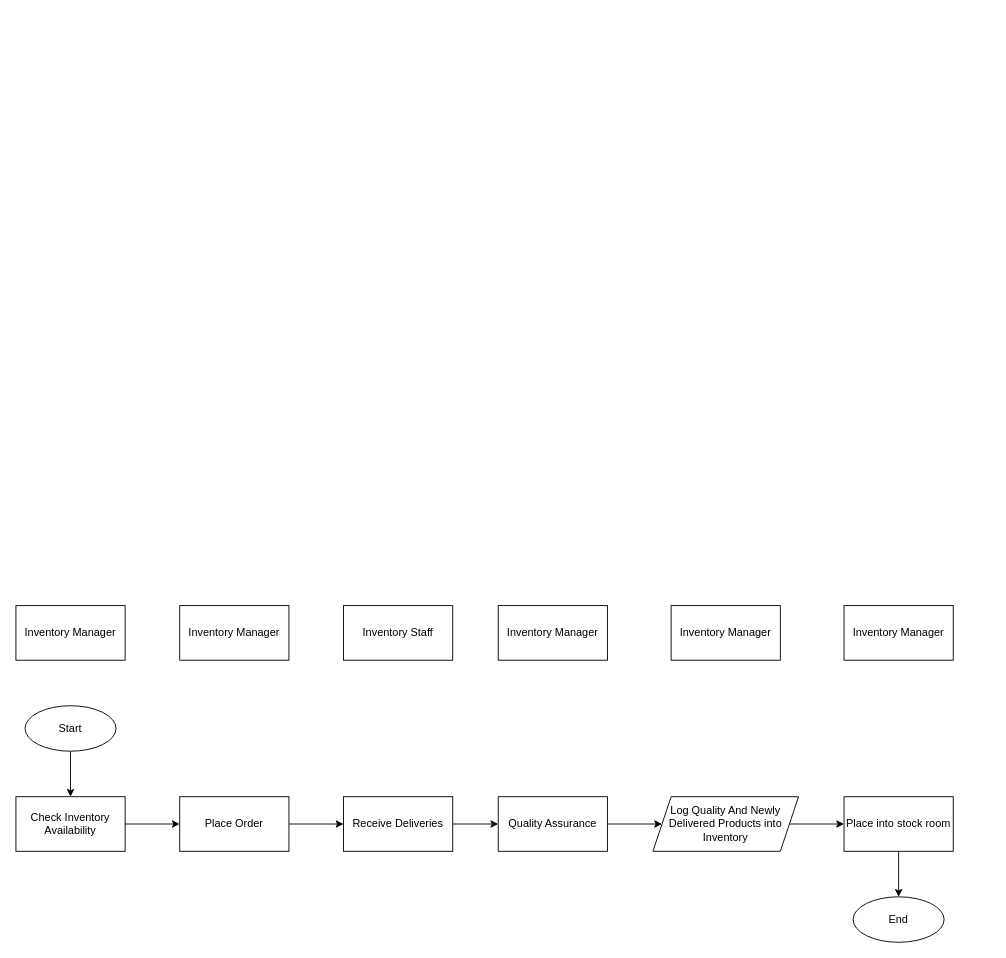
Before: page "(Process) Proposed Ordering and Receiving" (4 of 6) of docs/SugarCreationsFC.drawio in AllegoYuanPaolo/SC-Inventory-Project, a draw.io diagram. Source tidied: cells renumbered, new cells numbered last; positions are measured from the earlier drawing's top-left corner, leaving out a move shared by most shapes. Both pictures are drawn from the tidied source at 91%, with x=0, y=0 at pixel (15, 605).
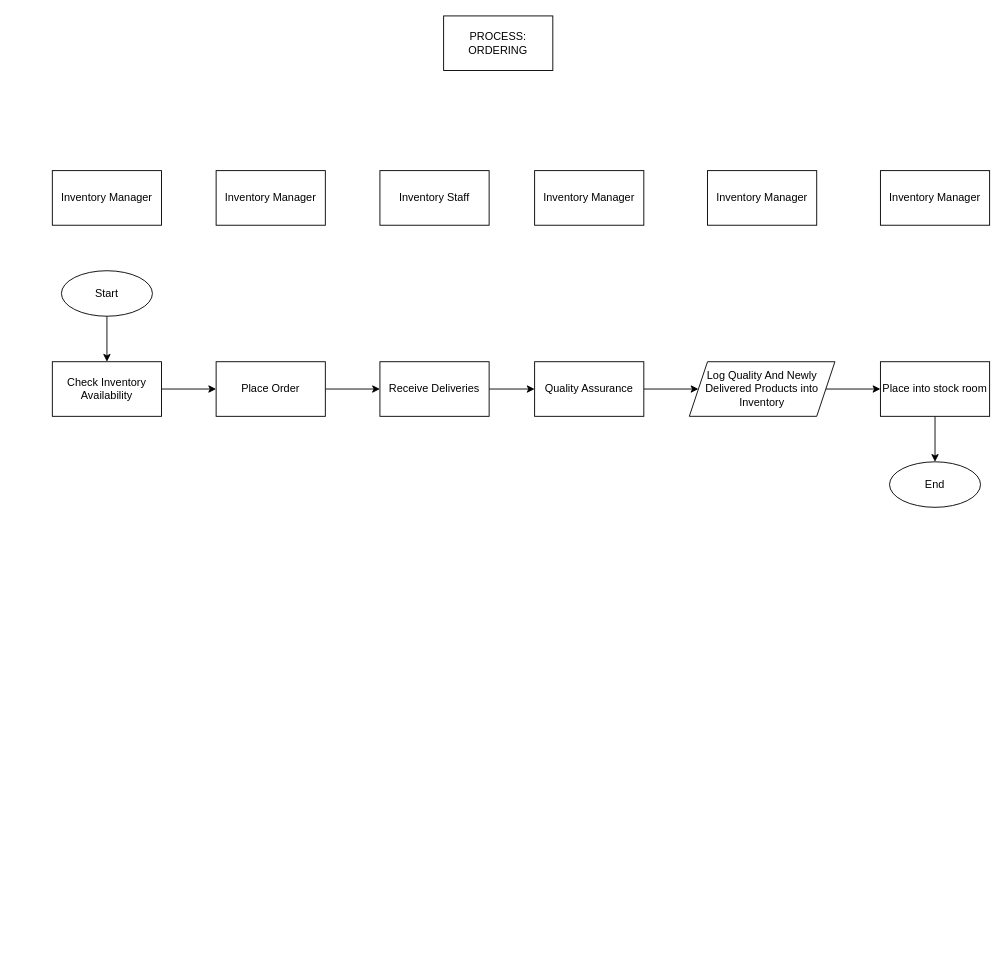
Above is the later version.

The edit, as a diff of the source:
```diff
@@
-    <mxCell id="2" style="group;" parent="1" vertex="1">
-      <mxGeometry width="1030" height="370" as="geometry" />
-    </mxCell>
-    <mxCell id="3" style="edgeStyle=orthogonalEdgeStyle;rounded=0;jettySize=auto;html=1;exitX=1;exitY=0.5;exitDx=0;exitDy=0;entryX=0;entryY=0.5;entryDx=0;entryDy=0;" parent="2" edge="1" source="4" target="6">
+    <mxCell id="3" style="edgeStyle=orthogonalEdgeStyle;rounded=0;jettySize=auto;html=1;exitX=1;exitY=0.5;exitDx=0;exitDy=0;entryX=0;entryY=0.5;entryDx=0;entryDy=0;" parent="1" edge="1" source="4" target="6">
       <mxGeometry relative="1" as="geometry" />
     </mxCell>
-    <mxCell id="4" value="Check Inventory Availability" style="rounded=0;whiteSpace=wrap;html=1;" parent="2" vertex="1">
-      <mxGeometry y="210" width="120" height="60" as="geometry" />
+    <mxCell id="4" value="Check Inventory Availability" style="rounded=0;whiteSpace=wrap;html=1;" parent="1" vertex="1">
+      <mxGeometry x="40" y="-268" width="120" height="60" as="geometry" />
     </mxCell>
-    <mxCell id="5" style="edgeStyle=orthogonalEdgeStyle;rounded=0;jettySize=auto;html=1;exitX=1;exitY=0.5;exitDx=0;exitDy=0;entryX=0;entryY=0.5;entryDx=0;entryDy=0;" parent="2" edge="1" source="6" target="8">
+    <mxCell id="5" style="edgeStyle=orthogonalEdgeStyle;rounded=0;jettySize=auto;html=1;exitX=1;exitY=0.5;exitDx=0;exitDy=0;entryX=0;entryY=0.5;entryDx=0;entryDy=0;" parent="1" edge="1" source="6" target="8">
       <mxGeometry relative="1" as="geometry" />
     </mxCell>
-    <mxCell id="6" value="Place Order" style="rounded=0;whiteSpace=wrap;html=1;" parent="2" vertex="1">
-      <mxGeometry x="180" y="210" width="120" height="60" as="geometry" />
+    <mxCell id="6" value="Place Order" style="rounded=0;whiteSpace=wrap;html=1;" parent="1" vertex="1">
+      <mxGeometry x="220" y="-268" width="120" height="60" as="geometry" />
     </mxCell>
-    <mxCell id="7" style="edgeStyle=orthogonalEdgeStyle;rounded=0;jettySize=auto;html=1;exitX=1;exitY=0.5;exitDx=0;exitDy=0;entryX=0;entryY=0.5;entryDx=0;entryDy=0;" parent="2" edge="1" source="8" target="10">
+    <mxCell id="7" style="edgeStyle=orthogonalEdgeStyle;rounded=0;jettySize=auto;html=1;exitX=1;exitY=0.5;exitDx=0;exitDy=0;entryX=0;entryY=0.5;entryDx=0;entryDy=0;" parent="1" edge="1" source="8" target="10">
       <mxGeometry relative="1" as="geometry" />
     </mxCell>
-    <mxCell id="8" value="Receive Deliveries" style="rounded=0;whiteSpace=wrap;html=1;" parent="2" vertex="1">
-      <mxGeometry x="360" y="210" width="120" height="60" as="geometry" />
+    <mxCell id="8" value="Receive Deliveries" style="rounded=0;whiteSpace=wrap;html=1;" parent="1" vertex="1">
+      <mxGeometry x="400" y="-268" width="120" height="60" as="geometry" />
     </mxCell>
-    <mxCell id="9" style="edgeStyle=orthogonalEdgeStyle;rounded=0;jettySize=auto;html=1;exitX=1;exitY=0.5;exitDx=0;exitDy=0;entryX=0;entryY=0.5;entryDx=0;entryDy=0;" parent="2" edge="1" source="10" target="12">
+    <mxCell id="9" style="edgeStyle=orthogonalEdgeStyle;rounded=0;jettySize=auto;html=1;exitX=1;exitY=0.5;exitDx=0;exitDy=0;entryX=0;entryY=0.5;entryDx=0;entryDy=0;" parent="1" edge="1" source="10" target="12">
       <mxGeometry relative="1" as="geometry" />
     </mxCell>
-    <mxCell id="10" value="Quality Assurance" style="rounded=0;whiteSpace=wrap;html=1;" parent="2" vertex="1">
-      <mxGeometry x="530" y="210" width="120" height="60" as="geometry" />
+    <mxCell id="10" value="Quality Assurance" style="rounded=0;whiteSpace=wrap;html=1;" parent="1" vertex="1">
+      <mxGeometry x="570" y="-268" width="120" height="60" as="geometry" />
     </mxCell>
-    <mxCell id="11" style="edgeStyle=orthogonalEdgeStyle;rounded=0;jettySize=auto;html=1;exitX=1;exitY=0.5;exitDx=0;exitDy=0;" parent="2" edge="1" source="12" target="14">
+    <mxCell id="11" style="edgeStyle=orthogonalEdgeStyle;rounded=0;jettySize=auto;html=1;exitX=1;exitY=0.5;exitDx=0;exitDy=0;" parent="1" edge="1" source="12" target="14">
       <mxGeometry relative="1" as="geometry" />
     </mxCell>
-    <mxCell id="12" value="Log Quality And Newly Delivered Products into Inventory" style="shape=parallelogram;perimeter=parallelogramPerimeter;whiteSpace=wrap;html=1;fixedSize=1;" parent="2" vertex="1">
-      <mxGeometry x="700" y="210" width="160" height="60" as="geometry" />
+    <mxCell id="12" value="Log Quality And Newly Delivered Products into Inventory" style="shape=parallelogram;perimeter=parallelogramPerimeter;whiteSpace=wrap;html=1;fixedSize=1;" parent="1" vertex="1">
+      <mxGeometry x="740" y="-268" width="160" height="60" as="geometry" />
     </mxCell>
-    <mxCell id="13" style="edgeStyle=orthogonalEdgeStyle;rounded=0;jettySize=auto;html=1;" parent="2" edge="1" source="14" target="15">
+    <mxCell id="13" style="edgeStyle=orthogonalEdgeStyle;rounded=0;jettySize=auto;html=1;" parent="1" edge="1" source="14" target="15">
       <mxGeometry relative="1" as="geometry" />
     </mxCell>
-    <mxCell id="14" value="Place into stock room" style="rounded=0;whiteSpace=wrap;html=1;" parent="2" vertex="1">
-      <mxGeometry x="910" y="210" width="120" height="60" as="geometry" />
+    <mxCell id="14" value="Place into stock room" style="rounded=0;whiteSpace=wrap;html=1;" parent="1" vertex="1">
+      <mxGeometry x="950" y="-268" width="120" height="60" as="geometry" />
     </mxCell>
-    <mxCell id="15" value="End" style="ellipse;whiteSpace=wrap;html=1;" parent="2" vertex="1">
-      <mxGeometry x="920" y="320" width="100" height="50" as="geometry" />
+    <mxCell id="15" value="End" style="ellipse;whiteSpace=wrap;html=1;" parent="1" vertex="1">
+      <mxGeometry x="960" y="-158" width="100" height="50" as="geometry" />
     </mxCell>
-    <mxCell id="16" style="edgeStyle=orthogonalEdgeStyle;rounded=0;jettySize=auto;html=1;" parent="2" edge="1" source="17" target="4">
+    <mxCell id="16" style="edgeStyle=orthogonalEdgeStyle;rounded=0;jettySize=auto;html=1;" parent="1" edge="1" source="17" target="4">
       <mxGeometry relative="1" as="geometry" />
     </mxCell>
-    <mxCell id="17" value="Start" style="ellipse;whiteSpace=wrap;html=1;" parent="2" vertex="1">
-      <mxGeometry x="10" y="110" width="100" height="50" as="geometry" />
+    <mxCell id="17" value="Start" style="ellipse;whiteSpace=wrap;html=1;" parent="1" vertex="1">
+      <mxGeometry x="50" y="-368" width="100" height="50" as="geometry" />
     </mxCell>
-    <mxCell id="18" value="Inventory Manager" style="rounded=0;whiteSpace=wrap;html=1;" parent="2" vertex="1">
-      <mxGeometry width="120" height="60" as="geometry" />
+    <mxCell id="18" value="Inventory Manager" style="rounded=0;whiteSpace=wrap;html=1;" parent="1" vertex="1">
+      <mxGeometry x="40" y="-478" width="120" height="60" as="geometry" />
     </mxCell>
-    <mxCell id="19" value="Inventory Manager" style="rounded=0;whiteSpace=wrap;html=1;" parent="2" vertex="1">
-      <mxGeometry x="180" width="120" height="60" as="geometry" />
+    <mxCell id="19" value="Inventory Manager" style="rounded=0;whiteSpace=wrap;html=1;" parent="1" vertex="1">
+      <mxGeometry x="220" y="-478" width="120" height="60" as="geometry" />
     </mxCell>
-    <mxCell id="20" value="Inventory Staff" style="rounded=0;whiteSpace=wrap;html=1;" parent="2" vertex="1">
-      <mxGeometry x="360" width="120" height="60" as="geometry" />
+    <mxCell id="20" value="Inventory Staff" style="rounded=0;whiteSpace=wrap;html=1;" parent="1" vertex="1">
+      <mxGeometry x="400" y="-478" width="120" height="60" as="geometry" />
     </mxCell>
-    <mxCell id="21" value="Inventory Manager" style="rounded=0;whiteSpace=wrap;html=1;" parent="2" vertex="1">
-      <mxGeometry x="530" width="120" height="60" as="geometry" />
+    <mxCell id="21" value="Inventory Manager" style="rounded=0;whiteSpace=wrap;html=1;" parent="1" vertex="1">
+      <mxGeometry x="570" y="-478" width="120" height="60" as="geometry" />
     </mxCell>
-    <mxCell id="22" value="Inventory Manager" style="rounded=0;whiteSpace=wrap;html=1;" parent="2" vertex="1">
-      <mxGeometry x="720" width="120" height="60" as="geometry" />
+    <mxCell id="22" value="Inventory Manager" style="rounded=0;whiteSpace=wrap;html=1;" parent="1" vertex="1">
+      <mxGeometry x="760" y="-478" width="120" height="60" as="geometry" />
     </mxCell>
-    <mxCell id="23" value="Inventory Manager" style="rounded=0;whiteSpace=wrap;html=1;" parent="2" vertex="1">
-      <mxGeometry x="910" width="120" height="60" as="geometry" />
+    <mxCell id="23" value="Inventory Manager" style="rounded=0;whiteSpace=wrap;html=1;" parent="1" vertex="1">
+      <mxGeometry x="950" y="-478" width="120" height="60" as="geometry" />
     </mxCell>
+    <mxCell id="24" value="PROCESS: ORDERING" style="rounded=0;whiteSpace=wrap;html=1;" parent="1" vertex="1">
+      <mxGeometry x="470" y="-648" width="120" height="60" as="geometry" />
+    </mxCell>
```
